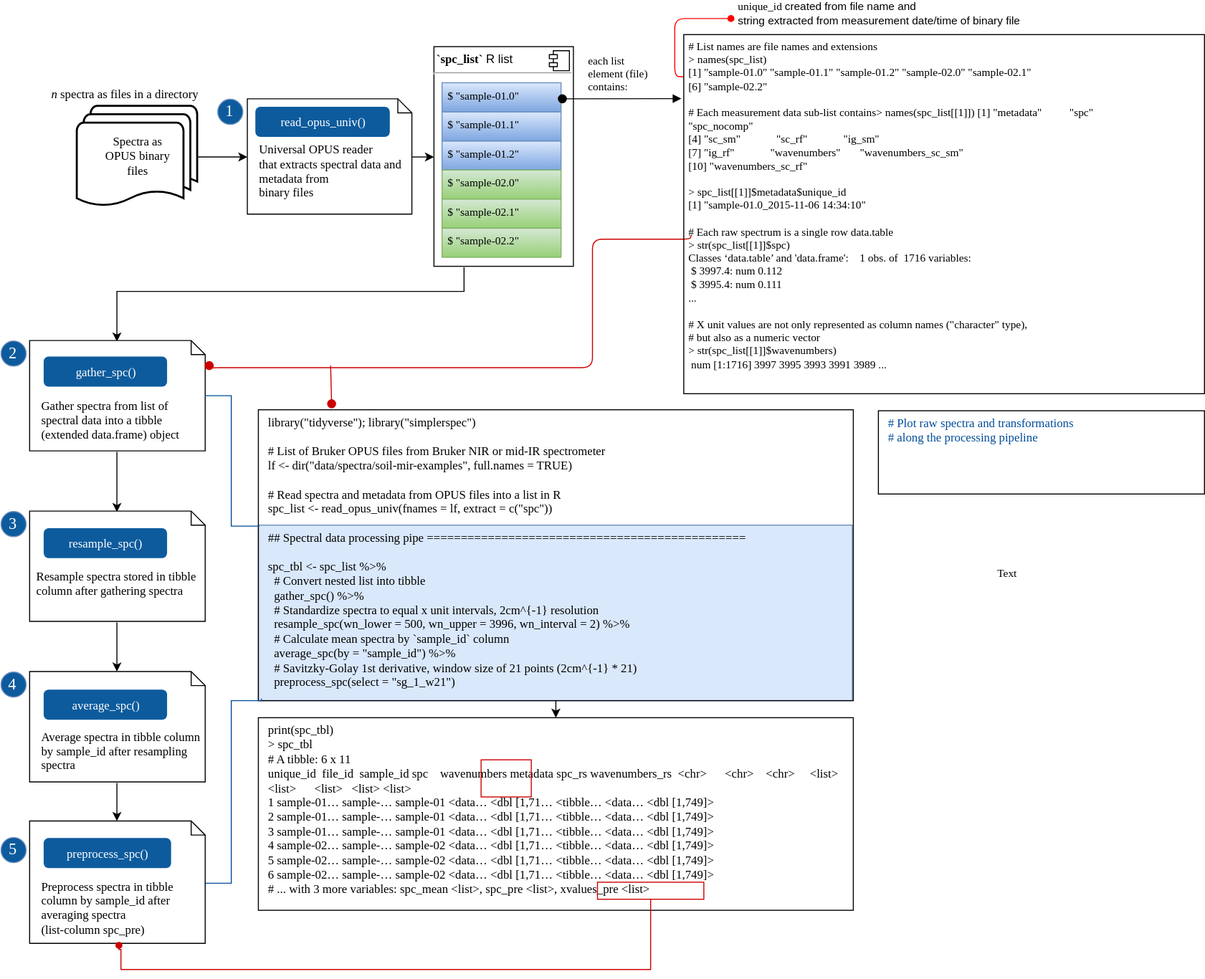
This is simplerspec-read-proc-tibble.svg from philipp-baumann/spectro-platform-graphs, a draw.io export, as it was before one commit. Source tidied: cells renumbered, new cells last; positions are measured from the earlier drawing's top-left corner, leaving out a move shared by most shapes.
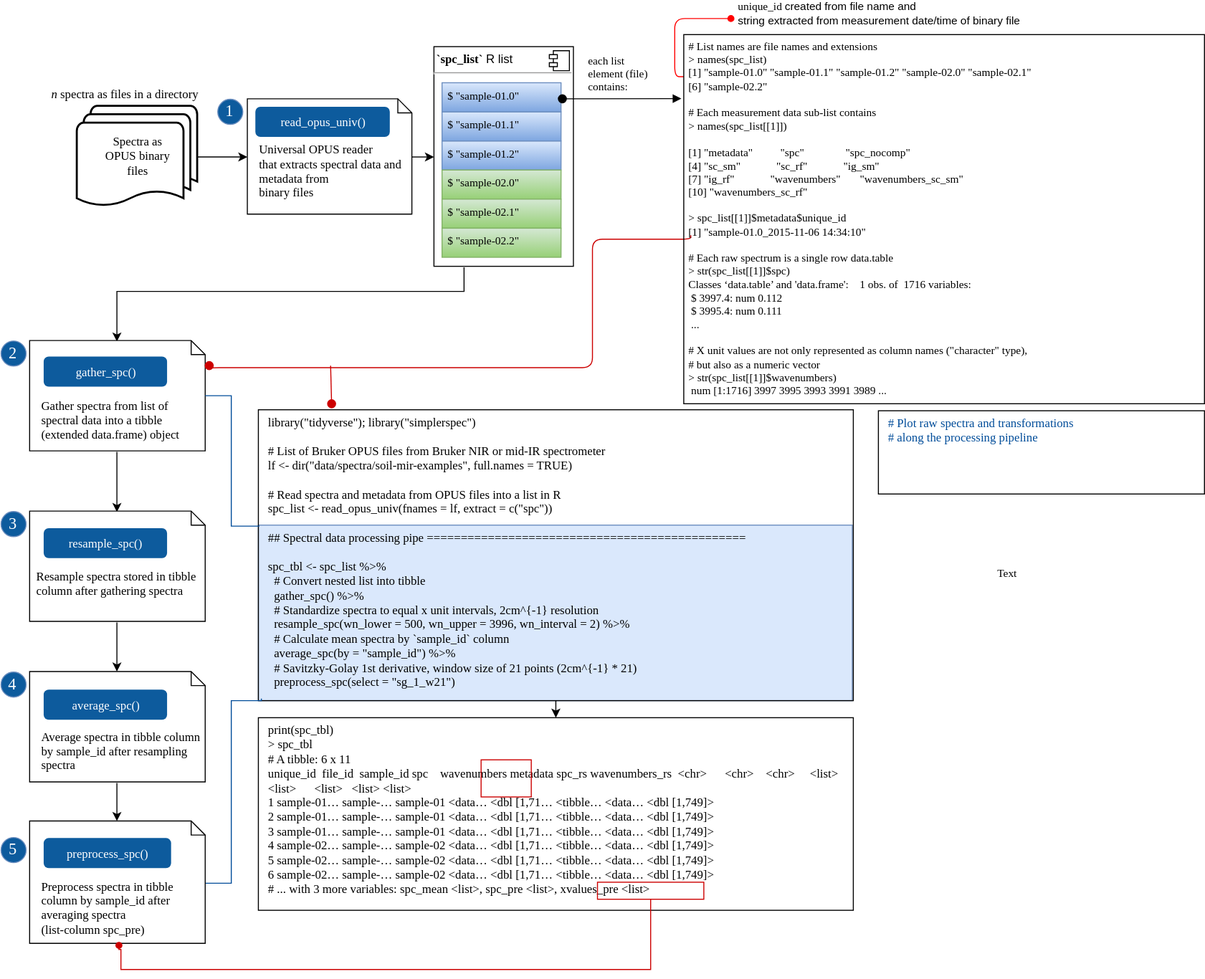
After the commit.

Commit message:
Rearrange text within list output box

What changed in the source:
```diff
@@ -156,8 +156,8 @@
         </Array>
       </mxGeometry>
     </mxCell>
-    <mxCell id="40" value="# List names are file names and extensions&#10;&gt; names(spc_list)&#10;[1] &quot;sample-01.0&quot; &quot;sample-01.1&quot; &quot;sample-01.2&quot; &quot;sample-02.0&quot; &quot;sample-02.1&quot;&#10;[6] &quot;sample-02.2&quot;&#10;&#10;# Each measurement data sub-list contains&gt; names(spc_list[[1]]) [1] &quot;metadata&quot;          &quot;spc&quot;               &quot;spc_nocomp&quot;&#10;[4] &quot;sc_sm&quot;             &quot;sc_rf&quot;             &quot;ig_sm&quot;&#10;[7] &quot;ig_rf&quot;             &quot;wavenumbers&quot;       &quot;wavenumbers_sc_sm&quot;&#10;[10] &quot;wavenumbers_sc_rf&quot;&#10;&#10;&gt; spc_list[[1]]$metadata$unique_id&#10;[1] &quot;sample-01.0_2015-11-06 14:34:10&quot;&#10;&#10;# Each raw spectrum is a single row data.table&#10;&gt; str(spc_list[[1]]$spc)&#10;Classes ‘data.table’ and 'data.frame':    1 obs. of  1716 variables: &#10; $ 3997.4: num 0.112 &#10; $ 3995.4: num 0.111 &#10;...&#10;&#10;# X unit values are not only represented as column names (&quot;character&quot; type),&#10;# but also as a numeric vector&#10;&gt; str(spc_list[[1]]$wavenumbers) &#10; num [1:1716] 3997 3995 3993 3991 3989 ... &#10;&#10;" style="text;spacing=5;spacingTop=-4;whiteSpace=wrap;overflow=hidden;strokeColor=#000000;align=left;fontFamily=Fira Code;fontSize=11;" parent="1" vertex="1">
-      <mxGeometry x="681" y="31" width="519" height="358" as="geometry" />
+    <mxCell id="40" value="# List names are file names and extensions&#10;&gt; names(spc_list)&#10;[1] &quot;sample-01.0&quot; &quot;sample-01.1&quot; &quot;sample-01.2&quot; &quot;sample-02.0&quot; &quot;sample-02.1&quot;&#10;[6] &quot;sample-02.2&quot;&#10;&#10;# Each measurement data sub-list contains&#10;&gt; names(spc_list[[1]]) &#10;&#10;[1] &quot;metadata&quot;          &quot;spc&quot;               &quot;spc_nocomp&quot;&#10;[4] &quot;sc_sm&quot;             &quot;sc_rf&quot;             &quot;ig_sm&quot;&#10;[7] &quot;ig_rf&quot;             &quot;wavenumbers&quot;       &quot;wavenumbers_sc_sm&quot;&#10;[10] &quot;wavenumbers_sc_rf&quot;&#10;&#10;&gt; spc_list[[1]]$metadata$unique_id&#10;[1] &quot;sample-01.0_2015-11-06 14:34:10&quot;&#10;&#10;# Each raw spectrum is a single row data.table&#10;&gt; str(spc_list[[1]]$spc)&#10;Classes ‘data.table’ and 'data.frame':    1 obs. of  1716 variables:&#10; $ 3997.4: num 0.112  &#10; $ 3995.4: num 0.111&#10; ...&#10;&#10;# X unit values are not only represented as column names (&quot;character&quot; type),&#10;# but also as a numeric vector&#10;&gt; str(spc_list[[1]]$wavenumbers)&#10; num [1:1716] 3997 3995 3993 3991 3989 ... &#10;&#10;" style="text;spacing=5;spacingTop=-4;whiteSpace=wrap;overflow=hidden;strokeColor=#000000;align=left;fontFamily=Fira Code;fontSize=11;" parent="1" vertex="1">
+      <mxGeometry x="681" y="31" width="519" height="368" as="geometry" />
     </mxCell>
     <mxCell id="41" style="rounded=0;whiteSpace=wrap;html=1;arcSize=40;fillColor=none;strokeColor=#CC0000;labelBackgroundColor=#ffffff;fontFamily=Courier New;fontSize=11;align=left;glass=1;" parent="1" vertex="1">
       <mxGeometry x="595" y="876" width="106" height="17" as="geometry" />
```
